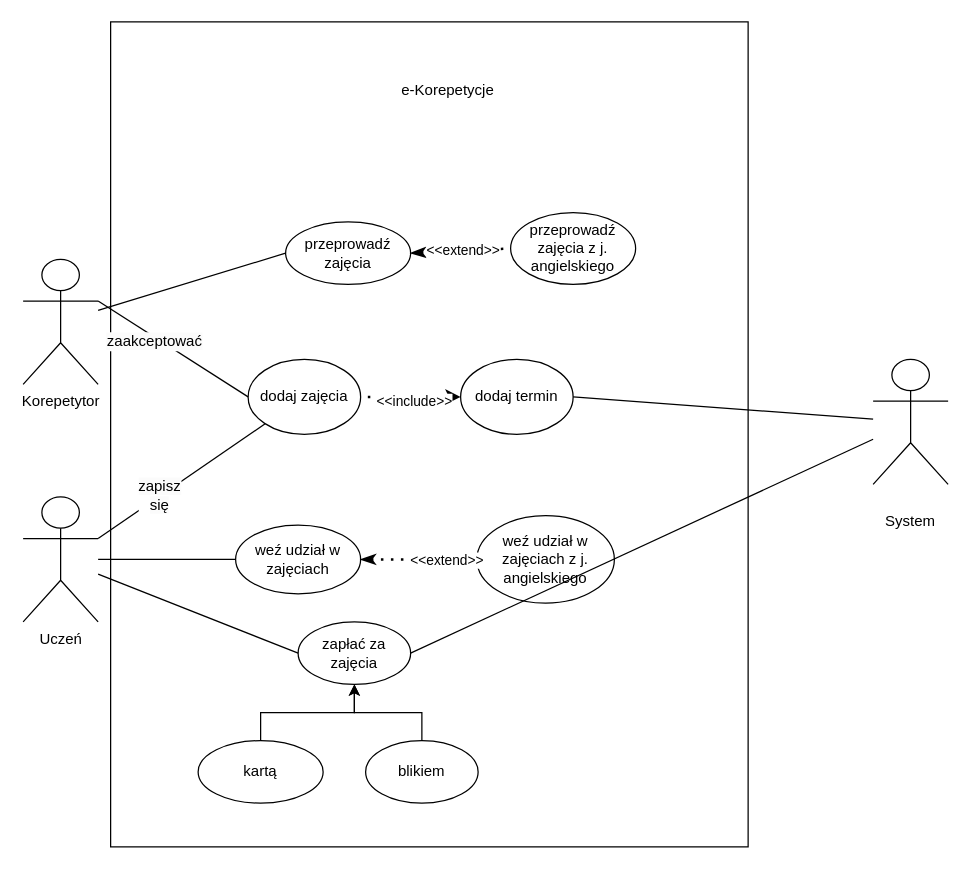
This is Diagram bez tytułu.drawio from urnotrme/pp4, a draw.io file, before an edit. Source tidied: cells renumbered, new cells numbered last; positions are measured from the earlier drawing's top-left corner, leaving out a move shared by most shapes. Both pictures are drawn from the tidied source at 125%, with x=0, y=0 at pixel (22, 21).
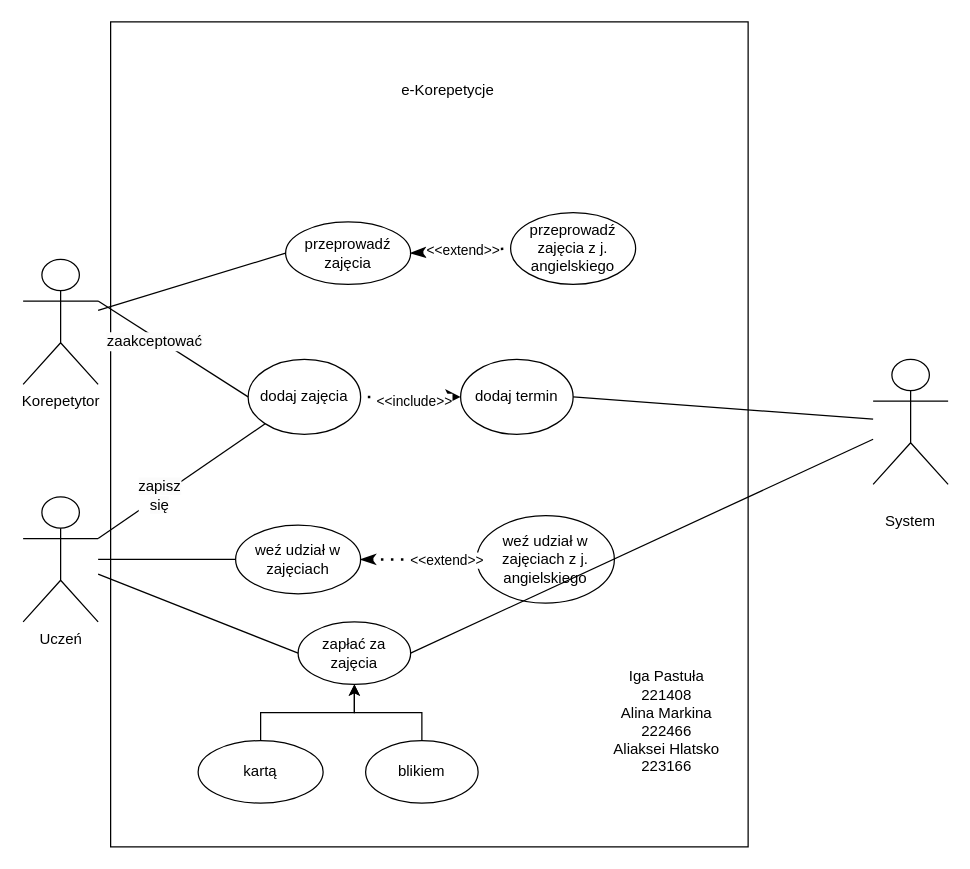
Above is the later version.

Change to the diagram source:
```diff
@@
+    <mxCell id="34" value="&lt;div&gt;Iga Pastuła 221408&lt;/div&gt;&lt;div&gt;Alina Markina 222466&lt;/div&gt;&lt;div&gt;Aliaksei Hlatsko 223166&lt;/div&gt;" style="text;html=1;align=center;verticalAlign=middle;whiteSpace=wrap;rounded=0;" parent="1" vertex="1">
+      <mxGeometry x="470" y="545" width="90" height="30" as="geometry" />
+    </mxCell>
```
